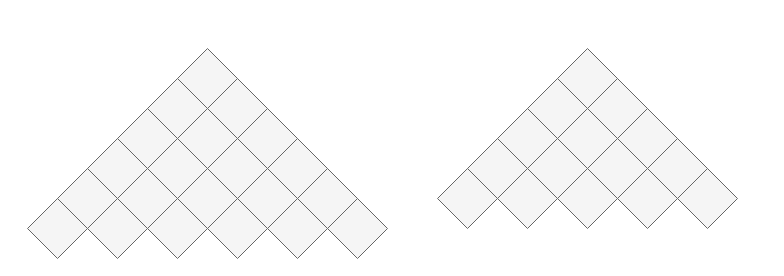
edwardayala/Diagrams keeps this draw.io diagram as HW10/HW10_Q1.drawio. Above is the earlier version. Source tidied: cells renumbered, new cells numbered last; positions are measured from the earlier drawing's top-left corner, leaving out a move shared by most shapes. Both pictures are drawn from the tidied source at 100%, with x=0, y=0 at pixel (27, 48).
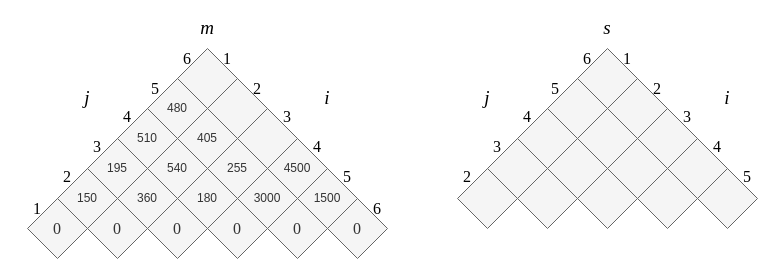
The same diagram, later.

The edit, as a diff of the source:
```diff
@@
-    <mxCell id="5" style="rhombus;whiteSpace=wrap;html=1;fillColor=#f5f5f5;strokeColor=#666666;fontColor=#333333;" parent="1" vertex="1">
+    <mxCell id="5" value="4500" style="rhombus;whiteSpace=wrap;html=1;fillColor=#f5f5f5;strokeColor=#666666;fontColor=#333333;" parent="1" vertex="1">
       <mxGeometry x="240" y="90" width="60" height="60" as="geometry" />
     </mxCell>
-    <mxCell id="6" style="rhombus;whiteSpace=wrap;html=1;fillColor=#f5f5f5;strokeColor=#666666;fontColor=#333333;" parent="1" vertex="1">
+    <mxCell id="6" value="1500" style="rhombus;whiteSpace=wrap;html=1;fillColor=#f5f5f5;strokeColor=#666666;fontColor=#333333;" parent="1" vertex="1">
       <mxGeometry x="270" y="120" width="60" height="60" as="geometry" />
     </mxCell>
-    <mxCell id="7" style="rhombus;whiteSpace=wrap;html=1;fillColor=#f5f5f5;strokeColor=#666666;fontColor=#333333;" parent="1" vertex="1">
+    <mxCell id="7" value="0" style="rhombus;whiteSpace=wrap;html=1;fillColor=#f5f5f5;strokeColor=#666666;fontColor=#333333;fontFamily=Times New Roman;fontSize=16;" parent="1" vertex="1">
       <mxGeometry x="300" y="150" width="60" height="60" as="geometry" />
     </mxCell>
-    <mxCell id="8" style="rhombus;whiteSpace=wrap;html=1;fillColor=#f5f5f5;strokeColor=#666666;fontColor=#333333;" parent="1" vertex="1">
+    <mxCell id="8" value="480" style="rhombus;whiteSpace=wrap;html=1;fillColor=#f5f5f5;strokeColor=#666666;fontColor=#333333;" parent="1" vertex="1">
       <mxGeometry x="120" y="30" width="60" height="60" as="geometry" />
     </mxCell>
-    <mxCell id="9" style="rhombus;whiteSpace=wrap;html=1;fillColor=#f5f5f5;strokeColor=#666666;fontColor=#333333;" parent="1" vertex="1">
+    <mxCell id="9" value="405" style="rhombus;whiteSpace=wrap;html=1;fillColor=#f5f5f5;strokeColor=#666666;fontColor=#333333;" parent="1" vertex="1">
       <mxGeometry x="150" y="60" width="60" height="60" as="geometry" />
     </mxCell>
-    <mxCell id="10" style="rhombus;whiteSpace=wrap;html=1;fillColor=#f5f5f5;strokeColor=#666666;fontColor=#333333;" parent="1" vertex="1">
+    <mxCell id="10" value="255" style="rhombus;whiteSpace=wrap;html=1;fillColor=#f5f5f5;strokeColor=#666666;fontColor=#333333;" parent="1" vertex="1">
       <mxGeometry x="180" y="90" width="60" height="60" as="geometry" />
     </mxCell>
-    <mxCell id="11" style="rhombus;whiteSpace=wrap;html=1;fillColor=#f5f5f5;strokeColor=#666666;fontColor=#333333;" parent="1" vertex="1">
+    <mxCell id="11" value="3000" style="rhombus;whiteSpace=wrap;html=1;fillColor=#f5f5f5;strokeColor=#666666;fontColor=#333333;" parent="1" vertex="1">
       <mxGeometry x="210" y="120" width="60" height="60" as="geometry" />
     </mxCell>
-    <mxCell id="12" style="rhombus;whiteSpace=wrap;html=1;fillColor=#f5f5f5;strokeColor=#666666;fontColor=#333333;" parent="1" vertex="1">
+    <mxCell id="12" value="0" style="rhombus;whiteSpace=wrap;html=1;fillColor=#f5f5f5;strokeColor=#666666;fontColor=#333333;fontFamily=Times New Roman;fontSize=16;" parent="1" vertex="1">
       <mxGeometry x="240" y="150" width="60" height="60" as="geometry" />
     </mxCell>
-    <mxCell id="13" style="rhombus;whiteSpace=wrap;html=1;fillColor=#f5f5f5;strokeColor=#666666;fontColor=#333333;" parent="1" vertex="1">
+    <mxCell id="13" value="510" style="rhombus;whiteSpace=wrap;html=1;fillColor=#f5f5f5;strokeColor=#666666;fontColor=#333333;" parent="1" vertex="1">
       <mxGeometry x="90" y="60" width="60" height="60" as="geometry" />
     </mxCell>
-    <mxCell id="14" style="rhombus;whiteSpace=wrap;html=1;fillColor=#f5f5f5;strokeColor=#666666;fontColor=#333333;" parent="1" vertex="1">
+    <mxCell id="14" value="540" style="rhombus;whiteSpace=wrap;html=1;fillColor=#f5f5f5;strokeColor=#666666;fontColor=#333333;" parent="1" vertex="1">
       <mxGeometry x="120" y="90" width="60" height="60" as="geometry" />
     </mxCell>
-    <mxCell id="15" style="rhombus;whiteSpace=wrap;html=1;fillColor=#f5f5f5;strokeColor=#666666;fontColor=#333333;" parent="1" vertex="1">
+    <mxCell id="15" value="180" style="rhombus;whiteSpace=wrap;html=1;fillColor=#f5f5f5;strokeColor=#666666;fontColor=#333333;" parent="1" vertex="1">
       <mxGeometry x="150" y="120" width="60" height="60" as="geometry" />
     </mxCell>
-    <mxCell id="16" style="rhombus;whiteSpace=wrap;html=1;fillColor=#f5f5f5;strokeColor=#666666;fontColor=#333333;" parent="1" vertex="1">
+    <mxCell id="16" value="0" style="rhombus;whiteSpace=wrap;html=1;fillColor=#f5f5f5;strokeColor=#666666;fontColor=#333333;fontFamily=Times New Roman;fontSize=16;" parent="1" vertex="1">
       <mxGeometry x="180" y="150" width="60" height="60" as="geometry" />
     </mxCell>
-    <mxCell id="17" style="rhombus;whiteSpace=wrap;html=1;fillColor=#f5f5f5;strokeColor=#666666;fontColor=#333333;" parent="1" vertex="1">
+    <mxCell id="17" value="195" style="rhombus;whiteSpace=wrap;html=1;fillColor=#f5f5f5;strokeColor=#666666;fontColor=#333333;" parent="1" vertex="1">
       <mxGeometry x="60" y="90" width="60" height="60" as="geometry" />
     </mxCell>
-    <mxCell id="18" style="rhombus;whiteSpace=wrap;html=1;fillColor=#f5f5f5;strokeColor=#666666;fontColor=#333333;" parent="1" vertex="1">
+    <mxCell id="18" value="360" style="rhombus;whiteSpace=wrap;html=1;fillColor=#f5f5f5;strokeColor=#666666;fontColor=#333333;" parent="1" vertex="1">
       <mxGeometry x="90" y="120" width="60" height="60" as="geometry" />
     </mxCell>
-    <mxCell id="19" style="rhombus;whiteSpace=wrap;html=1;fillColor=#f5f5f5;strokeColor=#666666;fontColor=#333333;" parent="1" vertex="1">
+    <mxCell id="19" value="0" style="rhombus;whiteSpace=wrap;html=1;fillColor=#f5f5f5;strokeColor=#666666;fontColor=#333333;fontFamily=Times New Roman;fontSize=16;" parent="1" vertex="1">
       <mxGeometry x="120" y="150" width="60" height="60" as="geometry" />
     </mxCell>
-    <mxCell id="20" style="rhombus;whiteSpace=wrap;html=1;fillColor=#f5f5f5;strokeColor=#666666;fontColor=#333333;" parent="1" vertex="1">
+    <mxCell id="20" value="150" style="rhombus;whiteSpace=wrap;html=1;fillColor=#f5f5f5;strokeColor=#666666;fontColor=#333333;" parent="1" vertex="1">
       <mxGeometry x="30" y="120" width="60" height="60" as="geometry" />
     </mxCell>
-    <mxCell id="21" style="rhombus;whiteSpace=wrap;html=1;fillColor=#f5f5f5;strokeColor=#666666;fontColor=#333333;" parent="1" vertex="1">
+    <mxCell id="21" value="0" style="rhombus;whiteSpace=wrap;html=1;fillColor=#f5f5f5;strokeColor=#666666;fontColor=#333333;fontFamily=Times New Roman;fontSize=16;" parent="1" vertex="1">
       <mxGeometry x="60" y="150" width="60" height="60" as="geometry" />
     </mxCell>
-    <mxCell id="22" style="rhombus;whiteSpace=wrap;html=1;fillColor=#f5f5f5;strokeColor=#666666;fontColor=#333333;" parent="1" vertex="1">
+    <mxCell id="22" value="&lt;font face=&quot;Times New Roman&quot; style=&quot;font-size: 16px;&quot;&gt;0&lt;/font&gt;" style="rhombus;whiteSpace=wrap;html=1;fillColor=#f5f5f5;strokeColor=#666666;fontColor=#333333;fontSize=16;" parent="1" vertex="1">
       <mxGeometry y="150" width="60" height="60" as="geometry" />
     </mxCell>
-    <mxCell id="23" style="rhombus;whiteSpace=wrap;html=1;fillColor=#f5f5f5;strokeColor=#666666;fontColor=#333333;" parent="1" vertex="1">
-      <mxGeometry x="530" width="60" height="60" as="geometry" />
-    </mxCell>
-    <mxCell id="24" style="rhombus;whiteSpace=wrap;html=1;fillColor=#f5f5f5;strokeColor=#666666;fontColor=#333333;" parent="1" vertex="1">
-      <mxGeometry x="560" y="30" width="60" height="60" as="geometry" />
-    </mxCell>
-    <mxCell id="25" style="rhombus;whiteSpace=wrap;html=1;fillColor=#f5f5f5;strokeColor=#666666;fontColor=#333333;" parent="1" vertex="1">
-      <mxGeometry x="590" y="60" width="60" height="60" as="geometry" />
-    </mxCell>
-    <mxCell id="26" style="rhombus;whiteSpace=wrap;html=1;fillColor=#f5f5f5;strokeColor=#666666;fontColor=#333333;" parent="1" vertex="1">
-      <mxGeometry x="620" y="90" width="60" height="60" as="geometry" />
-    </mxCell>
-    <mxCell id="27" style="rhombus;whiteSpace=wrap;html=1;fillColor=#f5f5f5;strokeColor=#666666;fontColor=#333333;" parent="1" vertex="1">
-      <mxGeometry x="650" y="120" width="60" height="60" as="geometry" />
-    </mxCell>
-    <mxCell id="28" style="rhombus;whiteSpace=wrap;html=1;fillColor=#f5f5f5;strokeColor=#666666;fontColor=#333333;" parent="1" vertex="1">
-      <mxGeometry x="500" y="30" width="60" height="60" as="geometry" />
-    </mxCell>
-    <mxCell id="29" style="rhombus;whiteSpace=wrap;html=1;fillColor=#f5f5f5;strokeColor=#666666;fontColor=#333333;" parent="1" vertex="1">
-      <mxGeometry x="530" y="60" width="60" height="60" as="geometry" />
-    </mxCell>
-    <mxCell id="30" style="rhombus;whiteSpace=wrap;html=1;fillColor=#f5f5f5;strokeColor=#666666;fontColor=#333333;" parent="1" vertex="1">
-      <mxGeometry x="560" y="90" width="60" height="60" as="geometry" />
-    </mxCell>
-    <mxCell id="31" style="rhombus;whiteSpace=wrap;html=1;fillColor=#f5f5f5;strokeColor=#666666;fontColor=#333333;" parent="1" vertex="1">
-      <mxGeometry x="590" y="120" width="60" height="60" as="geometry" />
-    </mxCell>
-    <mxCell id="32" style="rhombus;whiteSpace=wrap;html=1;fillColor=#f5f5f5;strokeColor=#666666;fontColor=#333333;" parent="1" vertex="1">
-      <mxGeometry x="470" y="60" width="60" height="60" as="geometry" />
-    </mxCell>
-    <mxCell id="33" style="rhombus;whiteSpace=wrap;html=1;fillColor=#f5f5f5;strokeColor=#666666;fontColor=#333333;" parent="1" vertex="1">
-      <mxGeometry x="500" y="90" width="60" height="60" as="geometry" />
-    </mxCell>
-    <mxCell id="34" style="rhombus;whiteSpace=wrap;html=1;fillColor=#f5f5f5;strokeColor=#666666;fontColor=#333333;" parent="1" vertex="1">
-      <mxGeometry x="530" y="120" width="60" height="60" as="geometry" />
-    </mxCell>
-    <mxCell id="35" style="rhombus;whiteSpace=wrap;html=1;fillColor=#f5f5f5;strokeColor=#666666;fontColor=#333333;" parent="1" vertex="1">
-      <mxGeometry x="440" y="90" width="60" height="60" as="geometry" />
-    </mxCell>
-    <mxCell id="36" style="rhombus;whiteSpace=wrap;html=1;fillColor=#f5f5f5;strokeColor=#666666;fontColor=#333333;" parent="1" vertex="1">
-      <mxGeometry x="470" y="120" width="60" height="60" as="geometry" />
-    </mxCell>
-    <mxCell id="37" style="rhombus;whiteSpace=wrap;html=1;fillColor=#f5f5f5;strokeColor=#666666;fontColor=#333333;" parent="1" vertex="1">
-      <mxGeometry x="410" y="120" width="60" height="60" as="geometry" />
-    </mxCell>
+    <mxCell id="38" value="&lt;font style=&quot;font-size: 19px&quot;&gt;&lt;i&gt;m&lt;/i&gt;&lt;/font&gt;" style="text;html=1;strokeColor=none;fillColor=none;align=center;verticalAlign=middle;whiteSpace=wrap;rounded=0;fontFamily=Times New Roman;fontSize=16;" parent="1" vertex="1">
+      <mxGeometry x="160" y="-30" width="40" height="20" as="geometry" />
+    </mxCell>
+    <mxCell id="39" value="&lt;font style=&quot;font-size: 19px&quot;&gt;&lt;i&gt;i&lt;/i&gt;&lt;/font&gt;" style="text;html=1;strokeColor=none;fillColor=none;align=center;verticalAlign=middle;whiteSpace=wrap;rounded=0;fontFamily=Times New Roman;fontSize=16;" parent="1" vertex="1">
+      <mxGeometry x="280" y="40" width="40" height="20" as="geometry" />
+    </mxCell>
+    <mxCell id="40" value="&lt;font style=&quot;font-size: 19px&quot;&gt;&lt;i&gt;j&lt;/i&gt;&lt;/font&gt;" style="text;html=1;strokeColor=none;fillColor=none;align=center;verticalAlign=middle;whiteSpace=wrap;rounded=0;fontFamily=Times New Roman;fontSize=16;" parent="1" vertex="1">
+      <mxGeometry x="40" y="40" width="40" height="20" as="geometry" />
+    </mxCell>
+    <mxCell id="41" value="1" style="text;html=1;strokeColor=none;fillColor=none;align=center;verticalAlign=middle;whiteSpace=wrap;rounded=0;fontFamily=Times New Roman;fontSize=16;" parent="1" vertex="1">
+      <mxGeometry x="-10" y="150" width="40" height="20" as="geometry" />
+    </mxCell>
+    <mxCell id="42" value="2" style="text;html=1;strokeColor=none;fillColor=none;align=center;verticalAlign=middle;whiteSpace=wrap;rounded=0;fontFamily=Times New Roman;fontSize=16;" parent="1" vertex="1">
+      <mxGeometry x="20" y="118" width="40" height="20" as="geometry" />
+    </mxCell>
+    <mxCell id="43" value="3" style="text;html=1;strokeColor=none;fillColor=none;align=center;verticalAlign=middle;whiteSpace=wrap;rounded=0;fontFamily=Times New Roman;fontSize=16;" parent="1" vertex="1">
+      <mxGeometry x="50" y="88" width="40" height="20" as="geometry" />
+    </mxCell>
+    <mxCell id="44" value="4" style="text;html=1;strokeColor=none;fillColor=none;align=center;verticalAlign=middle;whiteSpace=wrap;rounded=0;fontFamily=Times New Roman;fontSize=16;" parent="1" vertex="1">
+      <mxGeometry x="80" y="58" width="40" height="20" as="geometry" />
+    </mxCell>
+    <mxCell id="45" value="5" style="text;html=1;strokeColor=none;fillColor=none;align=center;verticalAlign=middle;whiteSpace=wrap;rounded=0;fontFamily=Times New Roman;fontSize=16;" parent="1" vertex="1">
+      <mxGeometry x="108" y="30" width="40" height="20" as="geometry" />
+    </mxCell>
+    <mxCell id="46" value="6" style="text;html=1;strokeColor=none;fillColor=none;align=center;verticalAlign=middle;whiteSpace=wrap;rounded=0;fontFamily=Times New Roman;fontSize=16;" parent="1" vertex="1">
+      <mxGeometry x="140" width="40" height="20" as="geometry" />
+    </mxCell>
+    <mxCell id="47" value="1" style="text;html=1;strokeColor=none;fillColor=none;align=center;verticalAlign=middle;whiteSpace=wrap;rounded=0;fontFamily=Times New Roman;fontSize=16;" parent="1" vertex="1">
+      <mxGeometry x="180" width="40" height="20" as="geometry" />
+    </mxCell>
+    <mxCell id="48" value="2" style="text;html=1;strokeColor=none;fillColor=none;align=center;verticalAlign=middle;whiteSpace=wrap;rounded=0;fontFamily=Times New Roman;fontSize=16;" parent="1" vertex="1">
+      <mxGeometry x="210" y="30" width="40" height="20" as="geometry" />
+    </mxCell>
+    <mxCell id="49" value="3" style="text;html=1;strokeColor=none;fillColor=none;align=center;verticalAlign=middle;whiteSpace=wrap;rounded=0;fontFamily=Times New Roman;fontSize=16;" parent="1" vertex="1">
+      <mxGeometry x="240" y="58" width="40" height="20" as="geometry" />
+    </mxCell>
+    <mxCell id="50" value="4" style="text;html=1;strokeColor=none;fillColor=none;align=center;verticalAlign=middle;whiteSpace=wrap;rounded=0;fontFamily=Times New Roman;fontSize=16;" parent="1" vertex="1">
+      <mxGeometry x="270" y="88" width="40" height="20" as="geometry" />
+    </mxCell>
+    <mxCell id="51" value="5" style="text;html=1;strokeColor=none;fillColor=none;align=center;verticalAlign=middle;whiteSpace=wrap;rounded=0;fontFamily=Times New Roman;fontSize=16;" parent="1" vertex="1">
+      <mxGeometry x="300" y="118" width="40" height="20" as="geometry" />
+    </mxCell>
+    <mxCell id="52" value="6" style="text;html=1;strokeColor=none;fillColor=none;align=center;verticalAlign=middle;whiteSpace=wrap;rounded=0;fontFamily=Times New Roman;fontSize=16;" parent="1" vertex="1">
+      <mxGeometry x="330" y="150" width="40" height="20" as="geometry" />
+    </mxCell>
+    <mxCell id="53" style="rhombus;whiteSpace=wrap;html=1;fillColor=#f5f5f5;strokeColor=#666666;fontColor=#333333;" parent="1" vertex="1">
+      <mxGeometry x="550" width="60" height="60" as="geometry" />
+    </mxCell>
+    <mxCell id="54" style="rhombus;whiteSpace=wrap;html=1;fillColor=#f5f5f5;strokeColor=#666666;fontColor=#333333;" parent="1" vertex="1">
+      <mxGeometry x="580" y="30" width="60" height="60" as="geometry" />
+    </mxCell>
+    <mxCell id="55" style="rhombus;whiteSpace=wrap;html=1;fillColor=#f5f5f5;strokeColor=#666666;fontColor=#333333;" parent="1" vertex="1">
+      <mxGeometry x="610" y="60" width="60" height="60" as="geometry" />
+    </mxCell>
+    <mxCell id="56" style="rhombus;whiteSpace=wrap;html=1;fillColor=#f5f5f5;strokeColor=#666666;fontColor=#333333;" parent="1" vertex="1">
+      <mxGeometry x="640" y="90" width="60" height="60" as="geometry" />
+    </mxCell>
+    <mxCell id="57" style="rhombus;whiteSpace=wrap;html=1;fillColor=#f5f5f5;strokeColor=#666666;fontColor=#333333;" parent="1" vertex="1">
+      <mxGeometry x="670" y="120" width="60" height="60" as="geometry" />
+    </mxCell>
+    <mxCell id="58" style="rhombus;whiteSpace=wrap;html=1;fillColor=#f5f5f5;strokeColor=#666666;fontColor=#333333;" parent="1" vertex="1">
+      <mxGeometry x="520" y="30" width="60" height="60" as="geometry" />
+    </mxCell>
+    <mxCell id="59" style="rhombus;whiteSpace=wrap;html=1;fillColor=#f5f5f5;strokeColor=#666666;fontColor=#333333;" parent="1" vertex="1">
+      <mxGeometry x="550" y="60" width="60" height="60" as="geometry" />
+    </mxCell>
+    <mxCell id="60" style="rhombus;whiteSpace=wrap;html=1;fillColor=#f5f5f5;strokeColor=#666666;fontColor=#333333;" parent="1" vertex="1">
+      <mxGeometry x="580" y="90" width="60" height="60" as="geometry" />
+    </mxCell>
+    <mxCell id="61" style="rhombus;whiteSpace=wrap;html=1;fillColor=#f5f5f5;strokeColor=#666666;fontColor=#333333;" parent="1" vertex="1">
+      <mxGeometry x="610" y="120" width="60" height="60" as="geometry" />
+    </mxCell>
+    <mxCell id="62" style="rhombus;whiteSpace=wrap;html=1;fillColor=#f5f5f5;strokeColor=#666666;fontColor=#333333;" parent="1" vertex="1">
+      <mxGeometry x="490" y="60" width="60" height="60" as="geometry" />
+    </mxCell>
+    <mxCell id="63" style="rhombus;whiteSpace=wrap;html=1;fillColor=#f5f5f5;strokeColor=#666666;fontColor=#333333;" parent="1" vertex="1">
+      <mxGeometry x="520" y="90" width="60" height="60" as="geometry" />
+    </mxCell>
+    <mxCell id="64" style="rhombus;whiteSpace=wrap;html=1;fillColor=#f5f5f5;strokeColor=#666666;fontColor=#333333;" parent="1" vertex="1">
+      <mxGeometry x="550" y="120" width="60" height="60" as="geometry" />
+    </mxCell>
+    <mxCell id="65" style="rhombus;whiteSpace=wrap;html=1;fillColor=#f5f5f5;strokeColor=#666666;fontColor=#333333;" parent="1" vertex="1">
+      <mxGeometry x="460" y="90" width="60" height="60" as="geometry" />
+    </mxCell>
+    <mxCell id="66" style="rhombus;whiteSpace=wrap;html=1;fillColor=#f5f5f5;strokeColor=#666666;fontColor=#333333;" parent="1" vertex="1">
+      <mxGeometry x="490" y="120" width="60" height="60" as="geometry" />
+    </mxCell>
+    <mxCell id="67" style="rhombus;whiteSpace=wrap;html=1;fillColor=#f5f5f5;strokeColor=#666666;fontColor=#333333;" parent="1" vertex="1">
+      <mxGeometry x="430" y="120" width="60" height="60" as="geometry" />
+    </mxCell>
+    <mxCell id="68" value="&lt;font style=&quot;font-size: 19px&quot;&gt;&lt;i&gt;s&lt;/i&gt;&lt;/font&gt;" style="text;html=1;strokeColor=none;fillColor=none;align=center;verticalAlign=middle;whiteSpace=wrap;rounded=0;fontFamily=Times New Roman;fontSize=16;" parent="1" vertex="1">
+      <mxGeometry x="560" y="-30" width="40" height="20" as="geometry" />
+    </mxCell>
+    <mxCell id="69" value="&lt;font style=&quot;font-size: 19px&quot;&gt;&lt;i&gt;i&lt;/i&gt;&lt;/font&gt;" style="text;html=1;strokeColor=none;fillColor=none;align=center;verticalAlign=middle;whiteSpace=wrap;rounded=0;fontFamily=Times New Roman;fontSize=16;" parent="1" vertex="1">
+      <mxGeometry x="680" y="40" width="40" height="20" as="geometry" />
+    </mxCell>
+    <mxCell id="70" value="&lt;font style=&quot;font-size: 19px&quot;&gt;&lt;i&gt;j&lt;/i&gt;&lt;/font&gt;" style="text;html=1;strokeColor=none;fillColor=none;align=center;verticalAlign=middle;whiteSpace=wrap;rounded=0;fontFamily=Times New Roman;fontSize=16;" parent="1" vertex="1">
+      <mxGeometry x="440" y="40" width="40" height="20" as="geometry" />
+    </mxCell>
+    <mxCell id="71" value="2" style="text;html=1;strokeColor=none;fillColor=none;align=center;verticalAlign=middle;whiteSpace=wrap;rounded=0;fontFamily=Times New Roman;fontSize=16;" parent="1" vertex="1">
+      <mxGeometry x="420" y="118" width="40" height="20" as="geometry" />
+    </mxCell>
+    <mxCell id="72" value="3" style="text;html=1;strokeColor=none;fillColor=none;align=center;verticalAlign=middle;whiteSpace=wrap;rounded=0;fontFamily=Times New Roman;fontSize=16;" parent="1" vertex="1">
+      <mxGeometry x="450" y="88" width="40" height="20" as="geometry" />
+    </mxCell>
+    <mxCell id="73" value="4" style="text;html=1;strokeColor=none;fillColor=none;align=center;verticalAlign=middle;whiteSpace=wrap;rounded=0;fontFamily=Times New Roman;fontSize=16;" parent="1" vertex="1">
+      <mxGeometry x="480" y="58" width="40" height="20" as="geometry" />
+    </mxCell>
+    <mxCell id="74" value="5" style="text;html=1;strokeColor=none;fillColor=none;align=center;verticalAlign=middle;whiteSpace=wrap;rounded=0;fontFamily=Times New Roman;fontSize=16;" parent="1" vertex="1">
+      <mxGeometry x="508" y="30" width="40" height="20" as="geometry" />
+    </mxCell>
+    <mxCell id="75" value="6" style="text;html=1;strokeColor=none;fillColor=none;align=center;verticalAlign=middle;whiteSpace=wrap;rounded=0;fontFamily=Times New Roman;fontSize=16;" parent="1" vertex="1">
+      <mxGeometry x="540" width="40" height="20" as="geometry" />
+    </mxCell>
+    <mxCell id="76" value="1" style="text;html=1;strokeColor=none;fillColor=none;align=center;verticalAlign=middle;whiteSpace=wrap;rounded=0;fontFamily=Times New Roman;fontSize=16;" parent="1" vertex="1">
+      <mxGeometry x="580" width="40" height="20" as="geometry" />
+    </mxCell>
+    <mxCell id="77" value="2" style="text;html=1;strokeColor=none;fillColor=none;align=center;verticalAlign=middle;whiteSpace=wrap;rounded=0;fontFamily=Times New Roman;fontSize=16;" parent="1" vertex="1">
+      <mxGeometry x="610" y="30" width="40" height="20" as="geometry" />
+    </mxCell>
+    <mxCell id="78" value="3" style="text;html=1;strokeColor=none;fillColor=none;align=center;verticalAlign=middle;whiteSpace=wrap;rounded=0;fontFamily=Times New Roman;fontSize=16;" parent="1" vertex="1">
+      <mxGeometry x="640" y="58" width="40" height="20" as="geometry" />
+    </mxCell>
+    <mxCell id="79" value="4" style="text;html=1;strokeColor=none;fillColor=none;align=center;verticalAlign=middle;whiteSpace=wrap;rounded=0;fontFamily=Times New Roman;fontSize=16;" parent="1" vertex="1">
+      <mxGeometry x="670" y="88" width="40" height="20" as="geometry" />
+    </mxCell>
+    <mxCell id="80" value="5" style="text;html=1;strokeColor=none;fillColor=none;align=center;verticalAlign=middle;whiteSpace=wrap;rounded=0;fontFamily=Times New Roman;fontSize=16;" parent="1" vertex="1">
+      <mxGeometry x="700" y="118" width="40" height="20" as="geometry" />
+    </mxCell>
```
